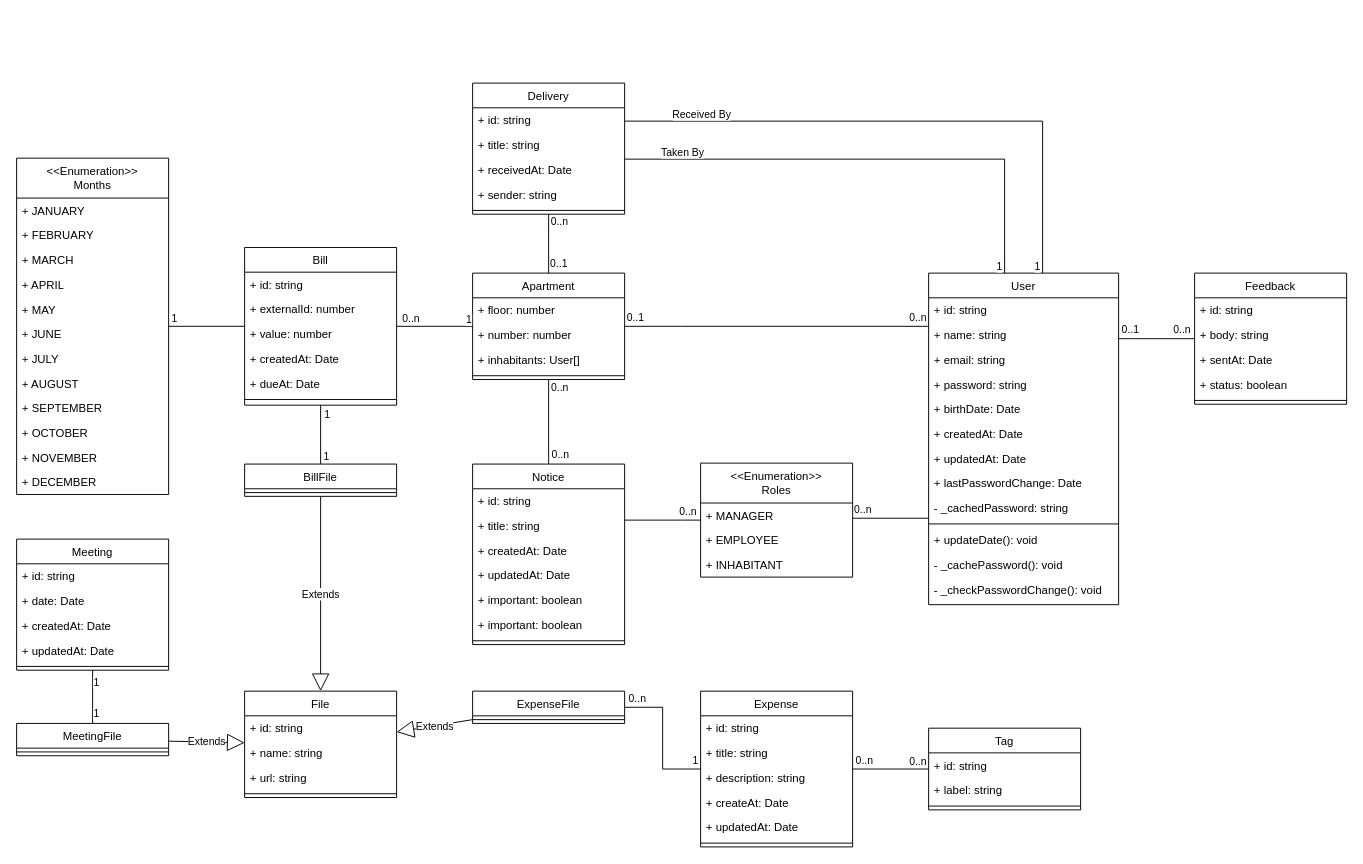
This is Artefatos/Diagrama de Classe/Diagrama de Classes.drawio from jaoppb/villa-pisani, a draw.io file, before an edit. Source tidied: cells renumbered, new cells numbered last; positions are measured from the earlier drawing's top-left corner, leaving out a move shared by most shapes. Both pictures are drawn from the tidied source at 95%, with x=0, y=0 at pixel (16, 83).
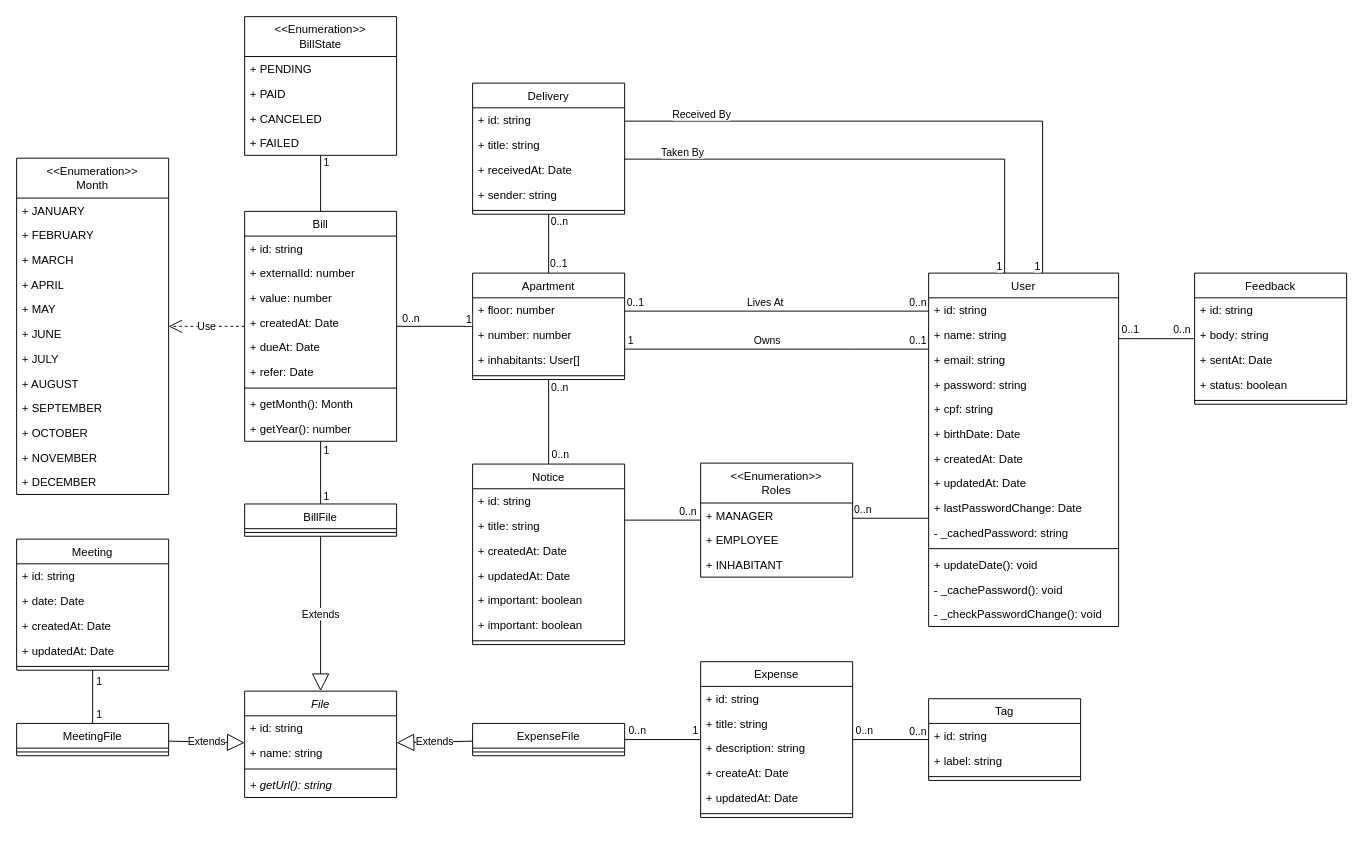
The same page after the edit.

Commit message (it also covers changes not shown here):
docs: updated class diagram to matches implementation

Unchanged cells that the change refers to:
```xml
<mxCell id="2" value="Apartment" style="swimlane;fontStyle=0;align=center;verticalAlign=top;horizontal=1;startSize=26;rounded=0;shadow=0;strokeWidth=1;" parent="1" vertex="1">
  <mxGeometry x="480" y="200" width="160" height="112" as="geometry" />
</mxCell>
<mxCell id="120" style="edgeStyle=orthogonalEdgeStyle;rounded=0;jettySize=auto;html=1;endArrow=none;startFill=0;endFill=1;" parent="1" edge="1" source="95" target="117">
  <mxGeometry relative="1" as="geometry" />
</mxCell>
<mxCell id="123" style="edgeStyle=orthogonalEdgeStyle;rounded=0;jettySize=auto;html=1;endArrow=none;startFill=0;" parent="1" edge="1" source="126" target="132">
  <mxGeometry relative="1" as="geometry" />
</mxCell>
```

Change to the diagram source:
```diff
@@
     <mxCell id="7" value="User" style="swimlane;fontStyle=0;align=center;verticalAlign=top;horizontal=1;startSize=26;rounded=0;shadow=0;strokeWidth=1;" parent="1" vertex="1">
-      <mxGeometry x="960" y="200" width="200" height="349" as="geometry" />
+      <mxGeometry x="960" y="200" width="200" height="372" as="geometry" />
     </mxCell>
@@
+    <mxCell id="135" value="+ cpf: string" style="text;align=left;verticalAlign=top;spacingLeft=4;spacingRight=4;overflow=hidden;" parent="7" vertex="1">
+      <mxGeometry y="130" width="200" height="26" as="geometry" />
+    </mxCell>
     <mxCell id="12" value="+ birthDate: Date" style="text;align=left;verticalAlign=top;spacingLeft=4;spacingRight=4;overflow=hidden;rounded=0;shadow=0;html=0;" parent="7" vertex="1">
-      <mxGeometry y="130" width="200" height="26" as="geometry" />
+      <mxGeometry y="156" width="200" height="26" as="geometry" />
     </mxCell>
     <mxCell id="13" value="+ createdAt: Date" style="text;align=left;verticalAlign=top;spacingLeft=4;spacingRight=4;overflow=hidden;" parent="7" vertex="1">
-      <mxGeometry y="156" width="200" height="26" as="geometry" />
+      <mxGeometry y="182" width="200" height="26" as="geometry" />
     </mxCell>
     <mxCell id="14" value="+ updatedAt: Date" style="text;align=left;verticalAlign=top;spacingLeft=4;spacingRight=4;overflow=hidden;" parent="7" vertex="1">
-      <mxGeometry y="182" width="200" height="26" as="geometry" />
+      <mxGeometry y="208" width="200" height="26" as="geometry" />
     </mxCell>
     <mxCell id="15" value="+ lastPasswordChange: Date" style="text;align=left;verticalAlign=top;spacingLeft=4;spacingRight=4;overflow=hidden;" parent="7" vertex="1">
-      <mxGeometry y="208" width="200" height="26" as="geometry" />
+      <mxGeometry y="234" width="200" height="26" as="geometry" />
     </mxCell>
     <mxCell id="16" value="- _cachedPassword: string" style="text;align=left;verticalAlign=top;spacingLeft=4;spacingRight=4;overflow=hidden;" parent="7" vertex="1">
-      <mxGeometry y="234" width="200" height="26" as="geometry" />
+      <mxGeometry y="260" width="200" height="26" as="geometry" />
     </mxCell>
     <mxCell id="17" style="line;html=1;strokeWidth=1;align=left;verticalAlign=middle;spacingTop=-1;spacingLeft=3;spacingRight=3;labelPosition=right;" parent="7" vertex="1">
-      <mxGeometry y="260" width="200" height="8" as="geometry" />
+      <mxGeometry y="286" width="200" height="8" as="geometry" />
     </mxCell>
     <mxCell id="18" value="+ updateDate(): void" style="text;align=left;verticalAlign=top;spacingLeft=4;spacingRight=4;overflow=hidden;" parent="7" vertex="1">
-      <mxGeometry y="268" width="200" height="26" as="geometry" />
+      <mxGeometry y="294" width="200" height="26" as="geometry" />
     </mxCell>
     <mxCell id="19" value="- _cachePassword(): void" style="text;align=left;verticalAlign=top;spacingLeft=4;spacingRight=4;overflow=hidden;" parent="7" vertex="1">
-      <mxGeometry y="294" width="200" height="26" as="geometry" />
+      <mxGeometry y="320" width="200" height="26" as="geometry" />
     </mxCell>
     <mxCell id="20" value="- _checkPasswordChange(): void" style="text;align=left;verticalAlign=top;spacingLeft=4;spacingRight=4;overflow=hidden;" parent="7" vertex="1">
-      <mxGeometry y="320" width="200" height="26" as="geometry" />
+      <mxGeometry y="346" width="200" height="26" as="geometry" />
     </mxCell>
     <mxCell id="21" style="endArrow=none;html=1;endSize=12;startArrow=none;startSize=14;startFill=0;edgeStyle=orthogonalEdgeStyle;rounded=0;" parent="1" edge="1" source="2" target="7">
       <mxGeometry relative="1" as="geometry">
         <Array as="points">
-          <mxPoint x="700" y="256" />
-          <mxPoint x="700" y="256" />
+          <mxPoint x="850" y="240" />
+          <mxPoint x="850" y="240" />
         </Array>
       </mxGeometry>
     </mxCell>
@@
+    <mxCell id="136" value="Lives At" style="edgeLabel;html=1;align=center;verticalAlign=middle;" parent="21" vertex="1">
+      <mxGeometry x="-0.08" relative="1" as="geometry">
+        <mxPoint y="-10" as="offset" />
+      </mxGeometry>
+    </mxCell>
     <mxCell id="24" value="Expense" style="swimlane;fontStyle=0;align=center;verticalAlign=top;horizontal=1;startSize=26;rounded=0;shadow=0;strokeWidth=1;" parent="1" vertex="1">
-      <mxGeometry x="720" y="640" width="160" height="164" as="geometry" />
+      <mxGeometry x="720" y="609" width="160" height="164" as="geometry" />
     </mxCell>
@@
     <mxCell id="31" value="Tag" style="swimlane;fontStyle=0;align=center;verticalAlign=top;horizontal=1;startSize=26;rounded=0;shadow=0;strokeWidth=1;" parent="1" vertex="1">
-      <mxGeometry x="960" y="679" width="160" height="86" as="geometry" />
+      <mxGeometry x="960" y="648" width="160" height="86" as="geometry" />
     </mxCell>
@@
     <mxCell id="38" value="ExpenseFile" style="swimlane;fontStyle=0;align=center;verticalAlign=top;horizontal=1;startSize=26;rounded=0;shadow=0;strokeWidth=1;" parent="1" vertex="1">
-      <mxGeometry x="480" y="640" width="160" height="34" as="geometry" />
+      <mxGeometry x="480" y="674" width="160" height="34" as="geometry" />
     </mxCell>
@@
-    <mxCell id="40" value="File" style="swimlane;fontStyle=0;align=center;verticalAlign=top;horizontal=1;startSize=26;rounded=0;shadow=0;strokeWidth=1;" parent="1" vertex="1">
+    <mxCell id="40" value="File" style="swimlane;fontStyle=2;align=center;verticalAlign=top;horizontal=1;startSize=26;rounded=0;shadow=0;strokeWidth=1;" parent="1" vertex="1">
       <mxGeometry x="240" y="640" width="160" height="112" as="geometry" />
     </mxCell>
@@
-    <mxCell id="43" value="+ url: string" style="text;align=left;verticalAlign=top;spacingLeft=4;spacingRight=4;overflow=hidden;rounded=0;shadow=0;html=0;" parent="40" vertex="1">
-      <mxGeometry y="78" width="160" height="26" as="geometry" />
-    </mxCell>
     <mxCell id="44" style="line;html=1;strokeWidth=1;align=left;verticalAlign=middle;spacingTop=-1;spacingLeft=3;spacingRight=3;labelPosition=right;" parent="40" vertex="1">
-      <mxGeometry y="104" width="160" height="8" as="geometry" />
+      <mxGeometry y="78" width="160" height="8" as="geometry" />
     </mxCell>
+    <mxCell id="137" value="+ getUrl(): string" style="text;align=left;verticalAlign=top;spacingLeft=4;spacingRight=4;overflow=hidden;rounded=0;shadow=0;html=0;fontStyle=2;" parent="40" vertex="1">
+      <mxGeometry y="86" width="160" height="26" as="geometry" />
+    </mxCell>
@@
     <mxCell id="95" value="Bill" style="swimlane;fontStyle=0;align=center;verticalAlign=top;horizontal=1;startSize=26;rounded=0;shadow=0;strokeWidth=1;" parent="1" vertex="1">
-      <mxGeometry x="240" y="173" width="160" height="166" as="geometry" />
+      <mxGeometry x="240" y="135" width="160" height="242" as="geometry" />
     </mxCell>
@@
+    <mxCell id="138" value="+ refer: Date" style="text;align=left;verticalAlign=top;spacingLeft=4;spacingRight=4;overflow=hidden;rounded=0;shadow=0;html=0;" parent="95" vertex="1">
+      <mxGeometry y="156" width="160" height="26" as="geometry" />
+    </mxCell>
     <mxCell id="101" style="line;html=1;strokeWidth=1;align=left;verticalAlign=middle;spacingTop=-1;spacingLeft=3;spacingRight=3;labelPosition=right;" parent="95" vertex="1">
-      <mxGeometry y="156" width="160" height="8" as="geometry" />
+      <mxGeometry y="182" width="160" height="8" as="geometry" />
     </mxCell>
-    <mxCell id="102" style="edgeStyle=orthogonalEdgeStyle;rounded=0;jettySize=auto;html=1;endArrow=none;startFill=0;" parent="1" edge="1" source="104" target="95">
-      <mxGeometry relative="1" as="geometry" />
-    </mxCell>
-    <mxCell id="103" value="1" style="edgeLabel;html=1;align=center;verticalAlign=middle;" parent="102" vertex="1">
-      <mxGeometry x="-0.39" y="-1" relative="1" as="geometry">
-        <mxPoint x="-19" y="-10" as="offset" />
-      </mxGeometry>
-    </mxCell>
-    <mxCell id="104" value="&amp;lt;&amp;lt;Enumeration&amp;gt;&amp;gt;&lt;div&gt;Months&lt;/div&gt;" style="swimlane;fontStyle=0;horizontal=1;startSize=42;fillColor=none;whiteSpace=wrap;html=1;" parent="1" vertex="1">
-      <mxGeometry y="79" width="160" height="354" as="geometry" />
-    </mxCell>
-    <mxCell id="105" value="+ JANUARY" style="text;strokeColor=none;fillColor=none;align=left;verticalAlign=top;spacingLeft=4;spacingRight=4;overflow=hidden;whiteSpace=wrap;html=1;" parent="104" vertex="1">
-      <mxGeometry y="42" width="160" height="26" as="geometry" />
-    </mxCell>
-    <mxCell id="106" value="+ FEBRUARY" style="text;strokeColor=none;fillColor=none;align=left;verticalAlign=top;spacingLeft=4;spacingRight=4;overflow=hidden;whiteSpace=wrap;html=1;" parent="104" vertex="1">
-      <mxGeometry y="68" width="160" height="26" as="geometry" />
-    </mxCell>
-    <mxCell id="107" value="+ MARCH" style="text;strokeColor=none;fillColor=none;align=left;verticalAlign=top;spacingLeft=4;spacingRight=4;overflow=hidden;whiteSpace=wrap;html=1;" parent="104" vertex="1">
-      <mxGeometry y="94" width="160" height="26" as="geometry" />
-    </mxCell>
-    <mxCell id="108" value="+ APRIL" style="text;strokeColor=none;fillColor=none;align=left;verticalAlign=top;spacingLeft=4;spacingRight=4;overflow=hidden;whiteSpace=wrap;html=1;" parent="104" vertex="1">
-      <mxGeometry y="120" width="160" height="26" as="geometry" />
-    </mxCell>
-    <mxCell id="109" value="+ MAY" style="text;strokeColor=none;fillColor=none;align=left;verticalAlign=top;spacingLeft=4;spacingRight=4;overflow=hidden;whiteSpace=wrap;html=1;" parent="104" vertex="1">
-      <mxGeometry y="146" width="160" height="26" as="geometry" />
-    </mxCell>
-    <mxCell id="110" value="+ JUNE" style="text;strokeColor=none;fillColor=none;align=left;verticalAlign=top;spacingLeft=4;spacingRight=4;overflow=hidden;whiteSpace=wrap;html=1;" parent="104" vertex="1">
-      <mxGeometry y="172" width="160" height="26" as="geometry" />
-    </mxCell>
-    <mxCell id="111" value="+ JULY" style="text;strokeColor=none;fillColor=none;align=left;verticalAlign=top;spacingLeft=4;spacingRight=4;overflow=hidden;whiteSpace=wrap;html=1;" parent="104" vertex="1">
-      <mxGeometry y="198" width="160" height="26" as="geometry" />
-    </mxCell>
-    <mxCell id="112" value="+ AUGUST" style="text;strokeColor=none;fillColor=none;align=left;verticalAlign=top;spacingLeft=4;spacingRight=4;overflow=hidden;whiteSpace=wrap;html=1;" parent="104" vertex="1">
-      <mxGeometry y="224" width="160" height="26" as="geometry" />
-    </mxCell>
-    <mxCell id="113" value="+ SEPTEMBER" style="text;strokeColor=none;fillColor=none;align=left;verticalAlign=top;spacingLeft=4;spacingRight=4;overflow=hidden;whiteSpace=wrap;html=1;" parent="104" vertex="1">
-      <mxGeometry y="250" width="160" height="26" as="geometry" />
-    </mxCell>
-    <mxCell id="114" value="+ OCTOBER" style="text;strokeColor=none;fillColor=none;align=left;verticalAlign=top;spacingLeft=4;spacingRight=4;overflow=hidden;whiteSpace=wrap;html=1;" parent="104" vertex="1">
-      <mxGeometry y="276" width="160" height="26" as="geometry" />
-    </mxCell>
-    <mxCell id="115" value="+ NOVEMBER" style="text;strokeColor=none;fillColor=none;align=left;verticalAlign=top;spacingLeft=4;spacingRight=4;overflow=hidden;whiteSpace=wrap;html=1;" parent="104" vertex="1">
-      <mxGeometry y="302" width="160" height="26" as="geometry" />
-    </mxCell>
-    <mxCell id="116" value="+ DECEMBER" style="text;strokeColor=none;fillColor=none;align=left;verticalAlign=top;spacingLeft=4;spacingRight=4;overflow=hidden;whiteSpace=wrap;html=1;" parent="104" vertex="1">
-      <mxGeometry y="328" width="160" height="26" as="geometry" />
-    </mxCell>
+    <mxCell id="139" value="+ getMonth(): Month" style="text;align=left;verticalAlign=top;spacingLeft=4;spacingRight=4;overflow=hidden;rounded=0;shadow=0;html=0;" parent="95" vertex="1">
+      <mxGeometry y="190" width="160" height="26" as="geometry" />
+    </mxCell>
+    <mxCell id="140" value="+ getYear(): number" style="text;align=left;verticalAlign=top;spacingLeft=4;spacingRight=4;overflow=hidden;rounded=0;shadow=0;html=0;" parent="95" vertex="1">
+      <mxGeometry y="216" width="160" height="26" as="geometry" />
+    </mxCell>
     <mxCell id="117" value="BillFile" style="swimlane;fontStyle=0;align=center;verticalAlign=top;horizontal=1;startSize=26;rounded=0;shadow=0;strokeWidth=1;" parent="1" vertex="1">
-      <mxGeometry x="240" y="401" width="160" height="34" as="geometry" />
+      <mxGeometry x="240" y="443" width="160" height="34" as="geometry" />
     </mxCell>
@@
     <mxCell id="121" value="1" style="edgeLabel;html=1;align=center;verticalAlign=middle;" parent="120" vertex="1">
       <mxGeometry x="0.23" y="3" relative="1" as="geometry">
-        <mxPoint x="2" y="15" as="offset" />
+        <mxPoint x="2" y="16" as="offset" />
       </mxGeometry>
     </mxCell>
     <mxCell id="122" value="1" style="edgeLabel;html=1;align=center;verticalAlign=middle;" parent="120" vertex="1">
       <mxGeometry x="0.23" y="3" relative="1" as="geometry">
-        <mxPoint x="3" y="-29" as="offset" />
+        <mxPoint x="2" y="-32" as="offset" />
       </mxGeometry>
     </mxCell>
@@
     <mxCell id="124" value="1" style="edgeLabel;html=1;align=center;verticalAlign=middle;" parent="123" vertex="1">
       <mxGeometry x="-0.72" y="-1" relative="1" as="geometry">
-        <mxPoint x="4" y="4" as="offset" />
+        <mxPoint x="7" y="3" as="offset" />
       </mxGeometry>
     </mxCell>
     <mxCell id="125" value="1" style="edgeLabel;html=1;align=center;verticalAlign=middle;" parent="123" vertex="1">
       <mxGeometry x="0.72" y="-1" relative="1" as="geometry">
-        <mxPoint x="4" y="-3" as="offset" />
+        <mxPoint x="7" y="-2" as="offset" />
       </mxGeometry>
     </mxCell>
@@
+    <mxCell id="141" style="endArrow=none;html=1;endSize=12;startArrow=none;startSize=14;startFill=0;edgeStyle=orthogonalEdgeStyle;rounded=0;" parent="1" edge="1" source="2" target="7">
+      <mxGeometry relative="1" as="geometry">
+        <Array as="points">
+          <mxPoint x="880" y="280" />
+          <mxPoint x="880" y="280" />
+        </Array>
+      </mxGeometry>
+    </mxCell>
+    <mxCell id="142" value="0..1" style="edgeLabel;html=1;align=left;verticalAlign=top;" parent="141" vertex="1">
+      <mxGeometry x="-1" relative="1" as="geometry">
+        <mxPoint x="298" y="-22" as="offset" />
+      </mxGeometry>
+    </mxCell>
+    <mxCell id="143" value="1" style="edgeLabel;html=1;align=right;verticalAlign=top;" parent="141" vertex="1">
+      <mxGeometry x="1" relative="1" as="geometry">
+        <mxPoint x="-310" y="-22" as="offset" />
+      </mxGeometry>
+    </mxCell>
+    <mxCell id="144" value="Owns" style="edgeLabel;html=1;align=center;verticalAlign=middle;" parent="141" vertex="1">
+      <mxGeometry x="-0.07" y="2" relative="1" as="geometry">
+        <mxPoint y="-8" as="offset" />
+      </mxGeometry>
+    </mxCell>
+    <mxCell id="145" value="&amp;lt;&amp;lt;Enumeration&amp;gt;&amp;gt;&lt;div&gt;BillState&lt;/div&gt;" style="swimlane;fontStyle=0;horizontal=1;startSize=42;fillColor=none;whiteSpace=wrap;html=1;" parent="1" vertex="1">
+      <mxGeometry x="240" y="-70" width="160" height="146" as="geometry" />
+    </mxCell>
+    <mxCell id="146" value="+ PENDING" style="text;strokeColor=none;fillColor=none;align=left;verticalAlign=top;spacingLeft=4;spacingRight=4;overflow=hidden;whiteSpace=wrap;html=1;" parent="145" vertex="1">
+      <mxGeometry y="42" width="160" height="26" as="geometry" />
+    </mxCell>
+    <mxCell id="147" value="+ PAID" style="text;strokeColor=none;fillColor=none;align=left;verticalAlign=top;spacingLeft=4;spacingRight=4;overflow=hidden;whiteSpace=wrap;html=1;" parent="145" vertex="1">
+      <mxGeometry y="68" width="160" height="26" as="geometry" />
+    </mxCell>
+    <mxCell id="148" value="+ CANCELED" style="text;strokeColor=none;fillColor=none;align=left;verticalAlign=top;spacingLeft=4;spacingRight=4;overflow=hidden;whiteSpace=wrap;html=1;" parent="145" vertex="1">
+      <mxGeometry y="94" width="160" height="26" as="geometry" />
+    </mxCell>
+    <mxCell id="149" value="+ FAILED" style="text;strokeColor=none;fillColor=none;align=left;verticalAlign=top;spacingLeft=4;spacingRight=4;overflow=hidden;whiteSpace=wrap;html=1;" parent="145" vertex="1">
+      <mxGeometry y="120" width="160" height="26" as="geometry" />
+    </mxCell>
+    <mxCell id="150" style="edgeStyle=orthogonalEdgeStyle;rounded=0;jettySize=auto;html=1;endArrow=none;startFill=0;" parent="1" edge="1" source="145" target="95">
+      <mxGeometry relative="1" as="geometry" />
+    </mxCell>
+    <mxCell id="103" value="1" style="edgeLabel;html=1;align=center;verticalAlign=middle;" parent="150" vertex="1">
+      <mxGeometry x="-0.81" relative="1" as="geometry">
+        <mxPoint x="5" y="1" as="offset" />
+      </mxGeometry>
+    </mxCell>
+    <mxCell id="151" value="&amp;lt;&amp;lt;Enumeration&amp;gt;&amp;gt;&lt;div&gt;Month&lt;/div&gt;" style="swimlane;fontStyle=0;horizontal=1;startSize=42;fillColor=none;whiteSpace=wrap;html=1;" parent="1" vertex="1">
+      <mxGeometry y="79" width="160" height="354" as="geometry" />
+    </mxCell>
+    <mxCell id="105" value="+ JANUARY" style="text;strokeColor=none;fillColor=none;align=left;verticalAlign=top;spacingLeft=4;spacingRight=4;overflow=hidden;whiteSpace=wrap;html=1;" parent="151" vertex="1">
+      <mxGeometry y="42" width="160" height="26" as="geometry" />
+    </mxCell>
+    <mxCell id="106" value="+ FEBRUARY" style="text;strokeColor=none;fillColor=none;align=left;verticalAlign=top;spacingLeft=4;spacingRight=4;overflow=hidden;whiteSpace=wrap;html=1;" parent="151" vertex="1">
+      <mxGeometry y="68" width="160" height="26" as="geometry" />
+    </mxCell>
+    <mxCell id="107" value="+ MARCH" style="text;strokeColor=none;fillColor=none;align=left;verticalAlign=top;spacingLeft=4;spacingRight=4;overflow=hidden;whiteSpace=wrap;html=1;" parent="151" vertex="1">
+      <mxGeometry y="94" width="160" height="26" as="geometry" />
+    </mxCell>
+    <mxCell id="108" value="+ APRIL" style="text;strokeColor=none;fillColor=none;align=left;verticalAlign=top;spacingLeft=4;spacingRight=4;overflow=hidden;whiteSpace=wrap;html=1;" parent="151" vertex="1">
+      <mxGeometry y="120" width="160" height="26" as="geometry" />
+    </mxCell>
+    <mxCell id="109" value="+ MAY" style="text;strokeColor=none;fillColor=none;align=left;verticalAlign=top;spacingLeft=4;spacingRight=4;overflow=hidden;whiteSpace=wrap;html=1;" parent="151" vertex="1">
+      <mxGeometry y="146" width="160" height="26" as="geometry" />
+    </mxCell>
+    <mxCell id="110" value="+ JUNE" style="text;strokeColor=none;fillColor=none;align=left;verticalAlign=top;spacingLeft=4;spacingRight=4;overflow=hidden;whiteSpace=wrap;html=1;" parent="151" vertex="1">
+      <mxGeometry y="172" width="160" height="26" as="geometry" />
+    </mxCell>
+    <mxCell id="111" value="+ JULY" style="text;strokeColor=none;fillColor=none;align=left;verticalAlign=top;spacingLeft=4;spacingRight=4;overflow=hidden;whiteSpace=wrap;html=1;" parent="151" vertex="1">
+      <mxGeometry y="198" width="160" height="26" as="geometry" />
+    </mxCell>
+    <mxCell id="112" value="+ AUGUST" style="text;strokeColor=none;fillColor=none;align=left;verticalAlign=top;spacingLeft=4;spacingRight=4;overflow=hidden;whiteSpace=wrap;html=1;" parent="151" vertex="1">
+      <mxGeometry y="224" width="160" height="26" as="geometry" />
+    </mxCell>
+    <mxCell id="113" value="+ SEPTEMBER" style="text;strokeColor=none;fillColor=none;align=left;verticalAlign=top;spacingLeft=4;spacingRight=4;overflow=hidden;whiteSpace=wrap;html=1;" parent="151" vertex="1">
+      <mxGeometry y="250" width="160" height="26" as="geometry" />
+    </mxCell>
+    <mxCell id="114" value="+ OCTOBER" style="text;strokeColor=none;fillColor=none;align=left;verticalAlign=top;spacingLeft=4;spacingRight=4;overflow=hidden;whiteSpace=wrap;html=1;" parent="151" vertex="1">
+      <mxGeometry y="276" width="160" height="26" as="geometry" />
+    </mxCell>
+    <mxCell id="115" value="+ NOVEMBER" style="text;strokeColor=none;fillColor=none;align=left;verticalAlign=top;spacingLeft=4;spacingRight=4;overflow=hidden;whiteSpace=wrap;html=1;" parent="151" vertex="1">
+      <mxGeometry y="302" width="160" height="26" as="geometry" />
+    </mxCell>
+    <mxCell id="116" value="+ DECEMBER" style="text;strokeColor=none;fillColor=none;align=left;verticalAlign=top;spacingLeft=4;spacingRight=4;overflow=hidden;whiteSpace=wrap;html=1;" parent="151" vertex="1">
+      <mxGeometry y="328" width="160" height="26" as="geometry" />
+    </mxCell>
+    <mxCell id="152" value="Use" style="endArrow=open;endSize=12;dashed=1;html=1;rounded=0;" parent="1" edge="1" source="95" target="151">
+      <mxGeometry relative="1" as="geometry" />
+    </mxCell>
```
